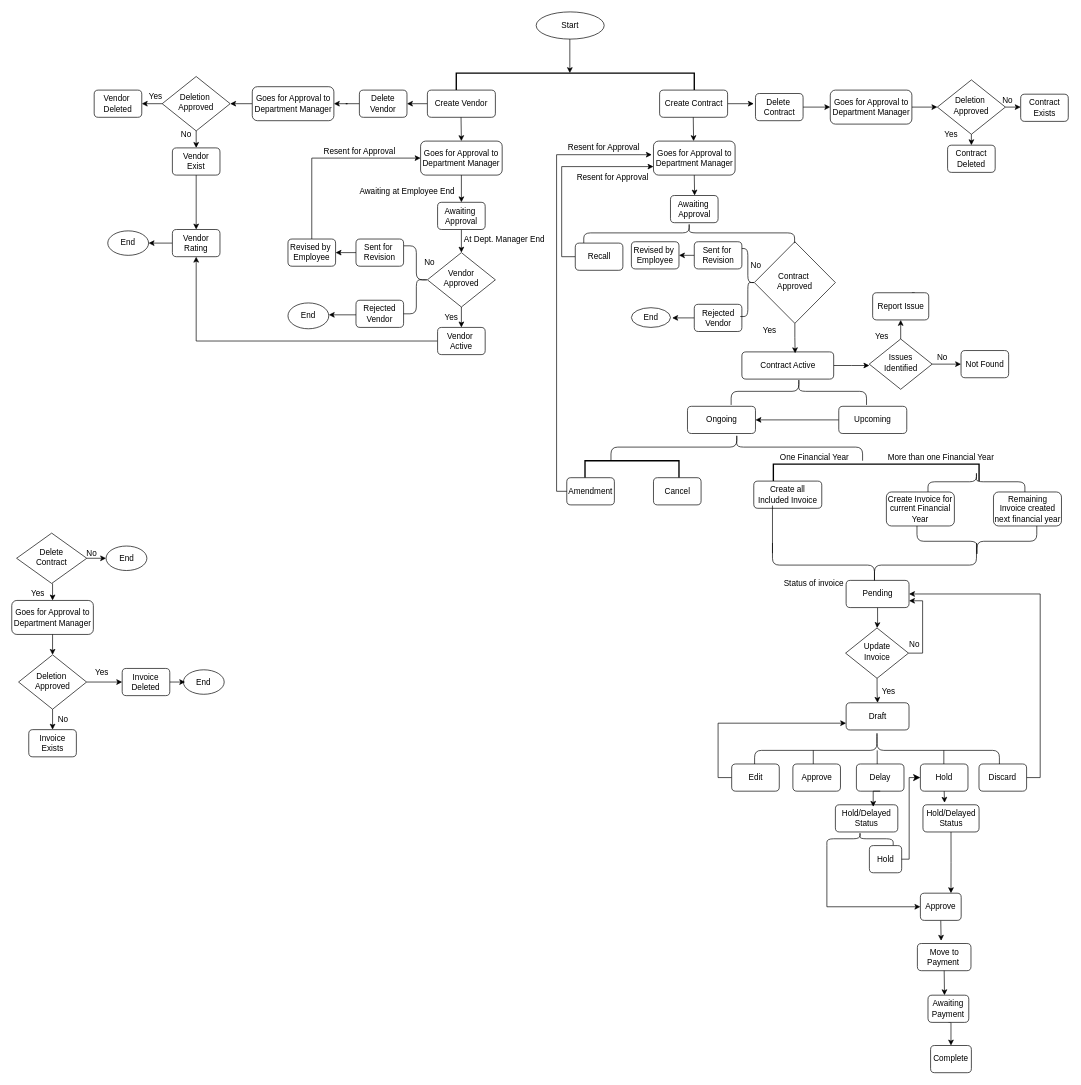
Earlier version of the draw.io diagram page "Page-2" (2 of 2) of Untitled Diagram.drawio (anjana732/Cv). Source tidied: cells renumbered, new cells numbered last; positions are measured from the earlier drawing's top-left corner, leaving out a move shared by most shapes. Both pictures are drawn from the tidied source at 68%, with x=0, y=0 at pixel (12, 12).
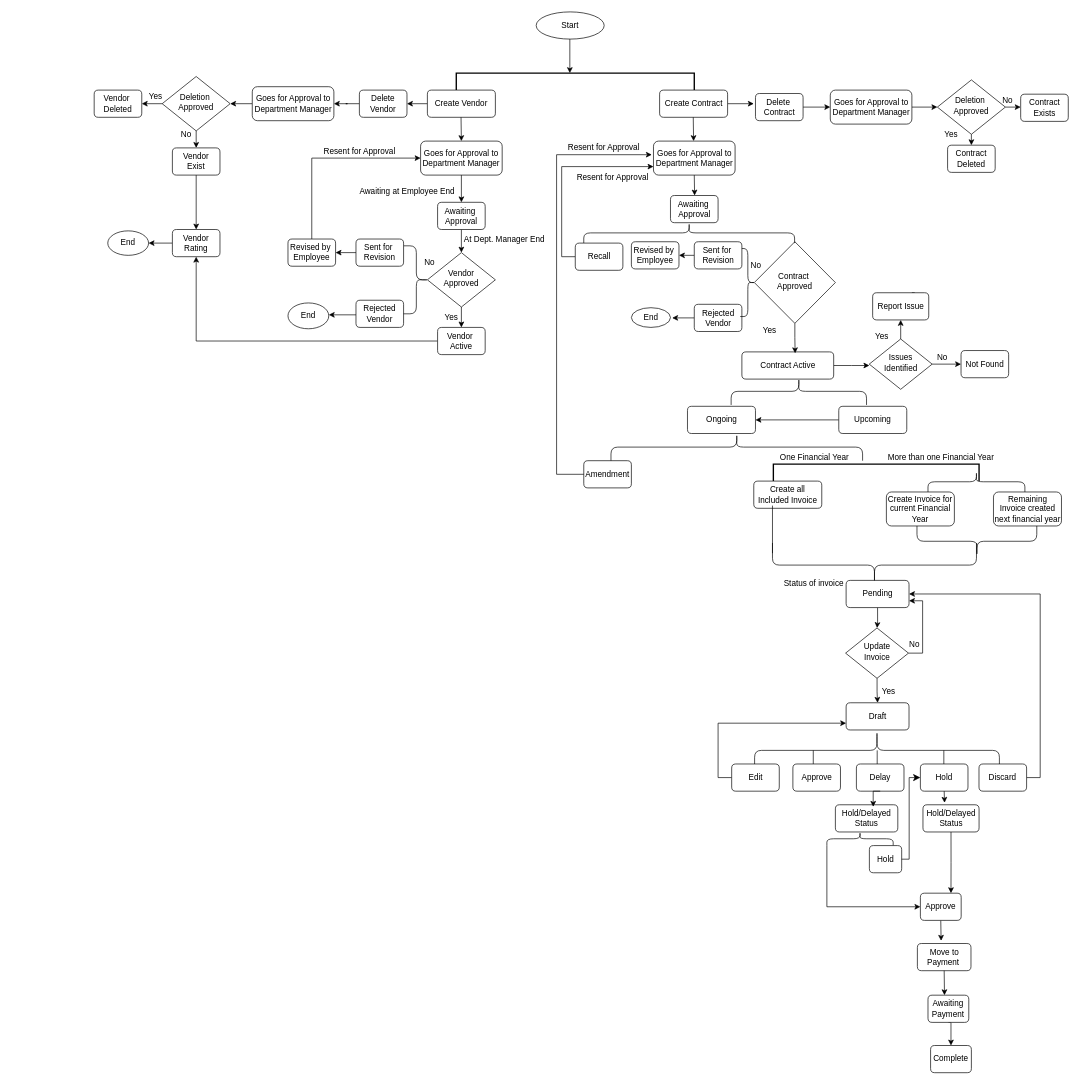
Above is the later version.

The change refers to these unchanged cells:
```xml
<mxCell id="108" value="&lt;span style=&quot;color: rgb(0, 0, 0); font-family: Helvetica; font-size: 12px; font-style: normal; font-variant-ligatures: normal; font-variant-caps: normal; font-weight: 400; letter-spacing: normal; orphans: 2; text-align: left; text-indent: 0px; text-transform: none; widows: 2; word-spacing: 0px; -webkit-text-stroke-width: 0px; white-space: normal; background-color: rgb(251, 251, 251); text-decoration-thickness: initial; text-decoration-style: initial; text-decoration-color: initial; display: inline !important; float: none;&quot;&gt;Resent for Approval&lt;/span&gt;" style="text;whiteSpace=wrap;html=1;" parent="1" vertex="1">
  <mxGeometry x="816" y="185" width="140" height="40" as="geometry" />
</mxCell>
```

The edit, as a diff of the source:
```diff
@@
-    <mxCell id="61" value="End" style="ellipse;whiteSpace=wrap;html=1;" parent="1" vertex="1">
-      <mxGeometry x="252.2" y="967.5" width="60" height="36" as="geometry" />
-    </mxCell>
-    <mxCell id="62" style="edgeStyle=orthogonalEdgeStyle;rounded=0;jettySize=auto;html=1;exitX=0.5;exitY=1;exitDx=0;exitDy=0;entryX=0.5;entryY=0;entryDx=0;entryDy=0;" parent="1" edge="1" target="63">
-      <mxGeometry relative="1" as="geometry">
-        <mxPoint x="59.8" y="840.5" as="sourcePoint" />
-      </mxGeometry>
-    </mxCell>
-    <mxCell id="63" value="Goes for Approval to Department Manager" style="rounded=1;whiteSpace=wrap;html=1;" parent="1" vertex="1">
-      <mxGeometry x="-0.2" y="865.5" width="120" height="50" as="geometry" />
-    </mxCell>
-    <mxCell id="64" style="edgeStyle=orthogonalEdgeStyle;rounded=0;jettySize=auto;html=1;exitX=1;exitY=0.5;exitDx=0;exitDy=0;entryX=0;entryY=0.5;entryDx=0;entryDy=0;" parent="1" edge="1" source="65" target="72">
-      <mxGeometry relative="1" as="geometry" />
-    </mxCell>
-    <mxCell id="65" value="Deletion&amp;nbsp;&lt;div&gt;Approved&lt;/div&gt;" style="rhombus;whiteSpace=wrap;html=1;shadow=0;fontFamily=Helvetica;fontSize=12;align=center;strokeWidth=1;spacing=6;spacingTop=-4;" parent="1" vertex="1">
-      <mxGeometry x="9.8" y="945.5" width="100" height="80" as="geometry" />
-    </mxCell>
-    <mxCell id="66" value="No" style="text;html=1;align=center;verticalAlign=middle;strokeColor=none;fillColor=none;" parent="1" vertex="1">
-      <mxGeometry x="54.8" y="1025.5" width="40" height="30" as="geometry" />
-    </mxCell>
-    <mxCell id="67" value="&lt;div&gt;Invoice&lt;/div&gt;Exists" style="rounded=1;whiteSpace=wrap;html=1;fontSize=12;glass=0;strokeWidth=1;shadow=0;" parent="1" vertex="1">
-      <mxGeometry x="24.8" y="1055.5" width="70" height="40" as="geometry" />
-    </mxCell>
-    <mxCell id="68" style="endArrow=classic;html=1;rounded=0;" parent="1" edge="1">
-      <mxGeometry relative="1" as="geometry">
-        <mxPoint x="59.8" y="1025.5" as="sourcePoint" />
-        <mxPoint x="59.8" y="1055.5" as="targetPoint" />
-      </mxGeometry>
-    </mxCell>
-    <mxCell id="69" value="Yes" style="text;html=1;align=center;verticalAlign=middle;strokeColor=none;fillColor=none;" parent="1" vertex="1">
-      <mxGeometry x="112.2" y="955.5" width="40" height="30" as="geometry" />
-    </mxCell>
-    <mxCell id="70" style="endArrow=classic;html=1;rounded=0;entryX=0.5;entryY=0;entryDx=0;entryDy=0;exitX=0.5;exitY=1;exitDx=0;exitDy=0;" parent="1" edge="1" source="63" target="65">
-      <mxGeometry relative="1" as="geometry" />
-    </mxCell>
-    <mxCell id="71" style="edgeStyle=orthogonalEdgeStyle;rounded=0;jettySize=auto;html=1;exitX=1;exitY=0.5;exitDx=0;exitDy=0;" parent="1" edge="1" source="72">
-      <mxGeometry relative="1" as="geometry">
-        <mxPoint x="254.8" y="985.5" as="targetPoint" />
-      </mxGeometry>
-    </mxCell>
-    <mxCell id="72" value="&lt;div&gt;Invoice&lt;/div&gt;&lt;div&gt;Deleted&lt;/div&gt;" style="rounded=1;whiteSpace=wrap;html=1;fontSize=12;glass=0;strokeWidth=1;shadow=0;" parent="1" vertex="1">
-      <mxGeometry x="162.2" y="965.5" width="70" height="40" as="geometry" />
-    </mxCell>
@@
-    <mxCell id="100" style="strokeWidth=2;html=1;shape=mxgraph.flowchart.annotation_1;align=left;direction=south;" parent="1" vertex="1">
-      <mxGeometry x="842.8" y="660" width="138.2" height="25" as="geometry" />
-    </mxCell>
-    <mxCell id="101" value="Cancel" style="rounded=1;whiteSpace=wrap;html=1;fontSize=12;glass=0;strokeWidth=1;shadow=0;" parent="1" vertex="1">
-      <mxGeometry x="943.5" y="685" width="70" height="40" as="geometry" />
-    </mxCell>
-    <mxCell id="102" style="edgeStyle=orthogonalEdgeStyle;rounded=0;jettySize=auto;html=1;exitX=1;exitY=0.5;exitDx=0;exitDy=0;entryX=0;entryY=0.5;entryDx=0;entryDy=0;" parent="1" edge="1" source="103" target="105">
-      <mxGeometry relative="1" as="geometry" />
-    </mxCell>
-    <mxCell id="103" value="Delete&lt;div&gt;Contract&lt;/div&gt;" style="rhombus;whiteSpace=wrap;html=1;shadow=0;fontFamily=Helvetica;fontSize=12;align=center;strokeWidth=1;spacing=6;spacingTop=-4;" parent="1" vertex="1">
-      <mxGeometry x="6.9" y="766.5" width="103.2" height="74" as="geometry" />
-    </mxCell>
-    <mxCell id="104" value="Yes" style="text;html=1;align=center;verticalAlign=middle;strokeColor=none;fillColor=none;" parent="1" vertex="1">
-      <mxGeometry x="18.1" y="840.5" width="40" height="30" as="geometry" />
-    </mxCell>
-    <mxCell id="105" value="End" style="ellipse;whiteSpace=wrap;html=1;" parent="1" vertex="1">
-      <mxGeometry x="138.5" y="785.5" width="60" height="36" as="geometry" />
-    </mxCell>
-    <mxCell id="106" value="No" style="text;html=1;align=center;verticalAlign=middle;strokeColor=none;fillColor=none;" parent="1" vertex="1">
-      <mxGeometry x="96.5" y="780.5" width="40" height="30" as="geometry" />
-    </mxCell>
     <mxCell id="107" value="Amendment" style="rounded=1;whiteSpace=wrap;html=1;fontSize=12;glass=0;strokeWidth=1;shadow=0;" parent="1" vertex="1">
-      <mxGeometry x="816" y="685" width="70" height="40" as="geometry" />
+      <mxGeometry x="841" y="660" width="70" height="40" as="geometry" />
     </mxCell>
@@
     <mxCell id="159" style="endArrow=classic;html=1;rounded=0;entryX=0.893;entryY=0.625;entryDx=0;entryDy=0;entryPerimeter=0;exitX=0;exitY=0.5;exitDx=0;exitDy=0;" parent="1" edge="1" source="107" target="108">
       <mxGeometry relative="1" as="geometry">
         <Array as="points">
-          <mxPoint x="801" y="705" />
+          <mxPoint x="801" y="680" />
           <mxPoint x="801" y="210" />
         </Array>
       </mxGeometry>
     </mxCell>
```
